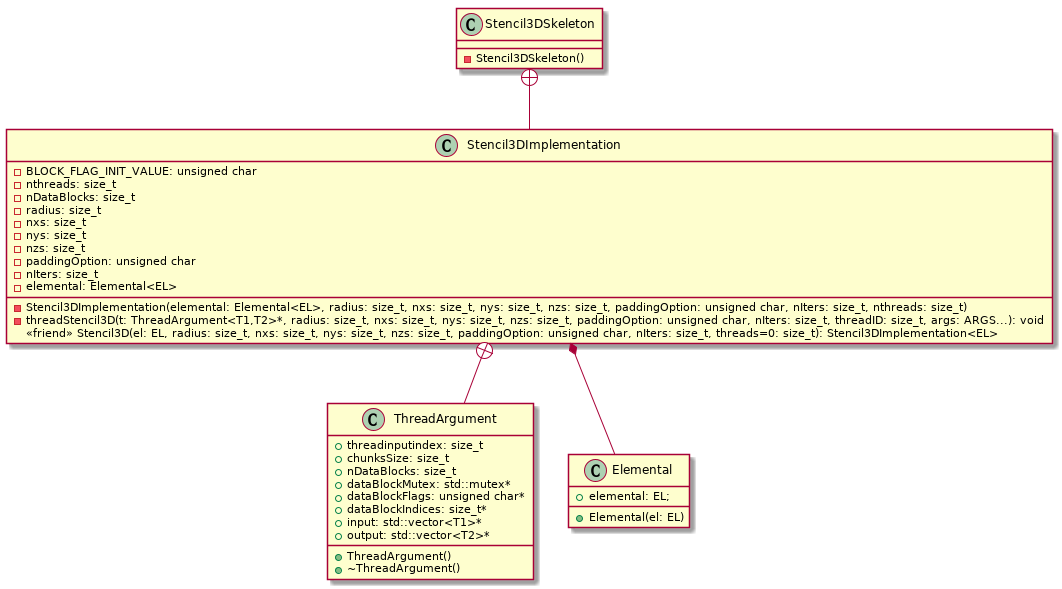
The PlantUML diagram ed/stencil/uml/stencil3d.png in shengsli/shengsli.github.io, before a commit. Source of this version:
```plantuml
@startuml
class Stencil3DSkeleton {
- Stencil3DSkeleton()
}
class Stencil3DImplementation {
- BLOCK_FLAG_INIT_VALUE: unsigned char
- nthreads: size_t
- nDataBlocks: size_t
- radius: size_t
- nxs: size_t
- nys: size_t
- nzs: size_t
- paddingOption: unsigned char
- nIters: size_t
- elemental: Elemental<EL>
- Stencil3DImplementation(elemental: Elemental<EL>, radius: size_t, nxs: size_t, nys: size_t, nzs: size_t, paddingOption: unsigned char, nIters: size_t, nthreads: size_t)
- threadStencil3D(t: ThreadArgument<T1,T2>*, radius: size_t, nxs: size_t, nys: size_t, nzs: size_t, paddingOption: unsigned char, nIters: size_t, threadID: size_t, args: ARGS...): void
<<friend>> Stencil3D(el: EL, radius: size_t, nxs: size_t, nys: size_t, nzs: size_t, paddingOption: unsigned char, nIters: size_t, threads=0: size_t): Stencil3DImplementation<EL>
}
class ThreadArgument {
+ threadinputindex: size_t
+ chunksSize: size_t
+ nDataBlocks: size_t
+ dataBlockMutex: std::mutex*
+ dataBlockFlags: unsigned char*
+ dataBlockIndices: size_t*
+ input: std::vector<T1>*
+ output: std::vector<T2>*
+ ThreadArgument()
+ ~ThreadArgument()
}
class Elemental {
+ elemental: EL;
+ Elemental(el: EL)
}
Stencil3DSkeleton +-- Stencil3DImplementation
Stencil3DImplementation *-- Elemental
Stencil3DImplementation +-- ThreadArgument
@enduml
```
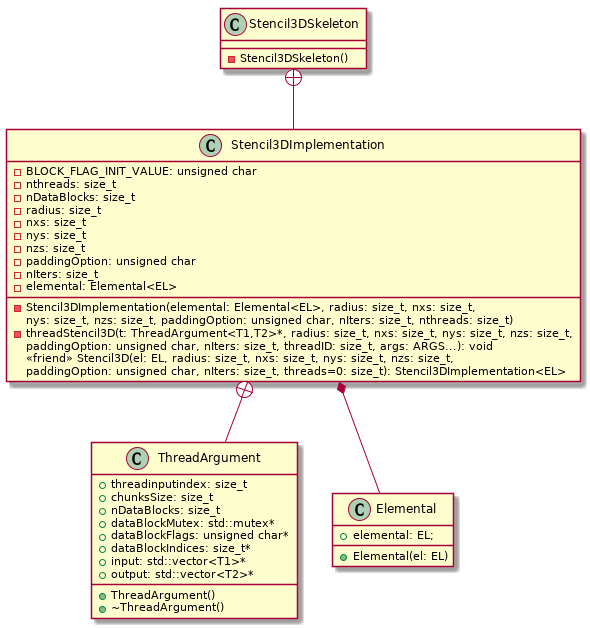
After the commit.

Diff of the diagram source:
```diff
@@ -13,9 +13,12 @@
 - paddingOption: unsigned char
 - nIters: size_t
 - elemental: Elemental<EL>
-- Stencil3DImplementation(elemental: Elemental<EL>, radius: size_t, nxs: size_t, nys: size_t, nzs: size_t, paddingOption: unsigned char, nIters: size_t, nthreads: size_t)
-- threadStencil3D(t: ThreadArgument<T1,T2>*, radius: size_t, nxs: size_t, nys: size_t, nzs: size_t, paddingOption: unsigned char, nIters: size_t, threadID: size_t, args: ARGS...): void
-<<friend>> Stencil3D(el: EL, radius: size_t, nxs: size_t, nys: size_t, nzs: size_t, paddingOption: unsigned char, nIters: size_t, threads=0: size_t): Stencil3DImplementation<EL>
+- Stencil3DImplementation(elemental: Elemental<EL>, radius: size_t, nxs: size_t,
+nys: size_t, nzs: size_t, paddingOption: unsigned char, nIters: size_t, nthreads: size_t)
+- threadStencil3D(t: ThreadArgument<T1,T2>*, radius: size_t, nxs: size_t, nys: size_t, nzs: size_t,
+paddingOption: unsigned char, nIters: size_t, threadID: size_t, args: ARGS...): void
+<<friend>> Stencil3D(el: EL, radius: size_t, nxs: size_t, nys: size_t, nzs: size_t,
+paddingOption: unsigned char, nIters: size_t, threads=0: size_t): Stencil3DImplementation<EL>
 }
 class ThreadArgument {
 + threadinputindex: size_t
```
